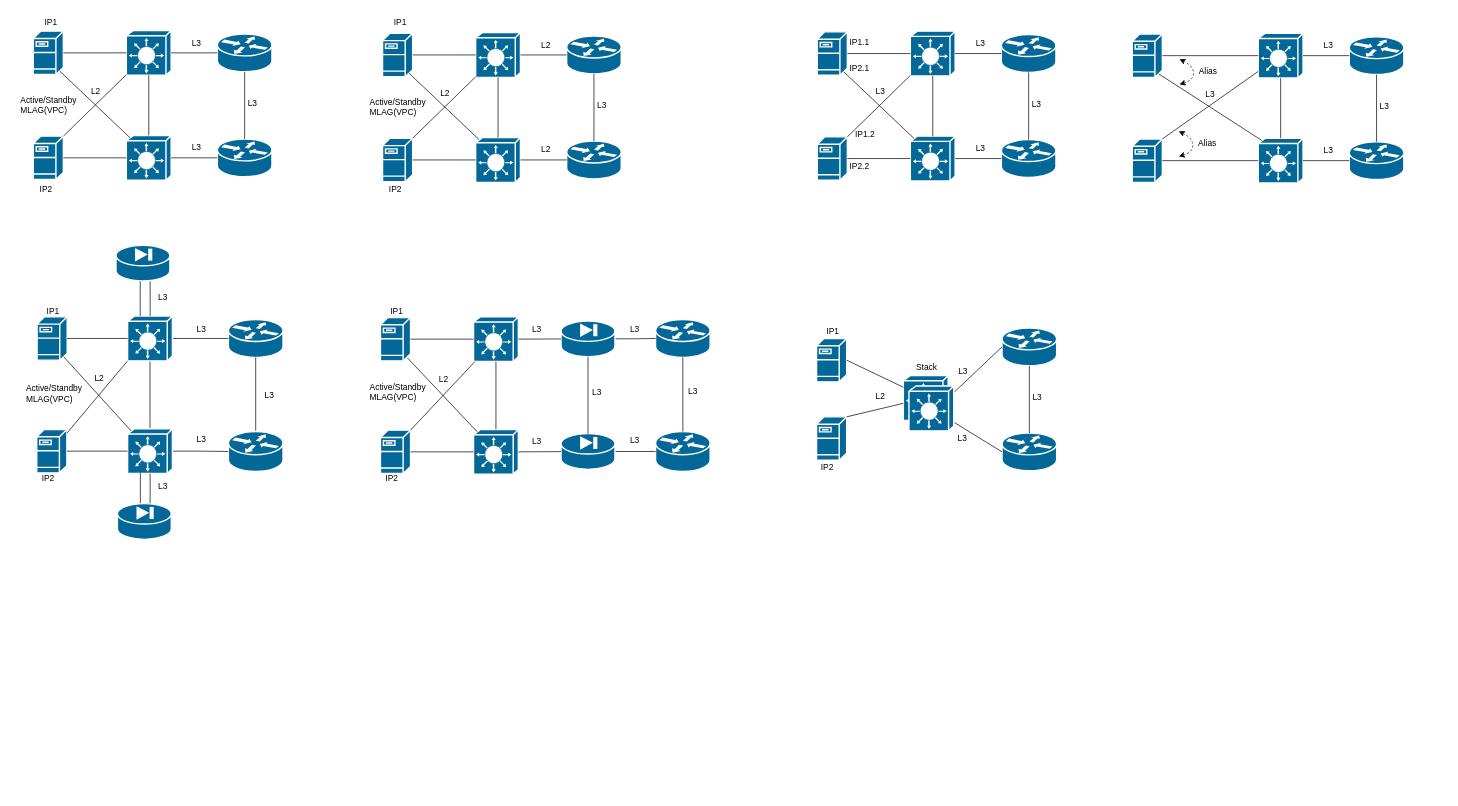
Above: page "L2" (1 of 2) of Diagram/small_nets.drawio in thleontev/Networks (draw.io), before the change. Source tidied: cells renumbered, new cells numbered last; positions are measured from the earlier drawing's top-left corner, leaving out a move shared by most shapes. Both pictures are drawn from the tidied source at 70%, with x=0, y=0 at pixel (19, 12).
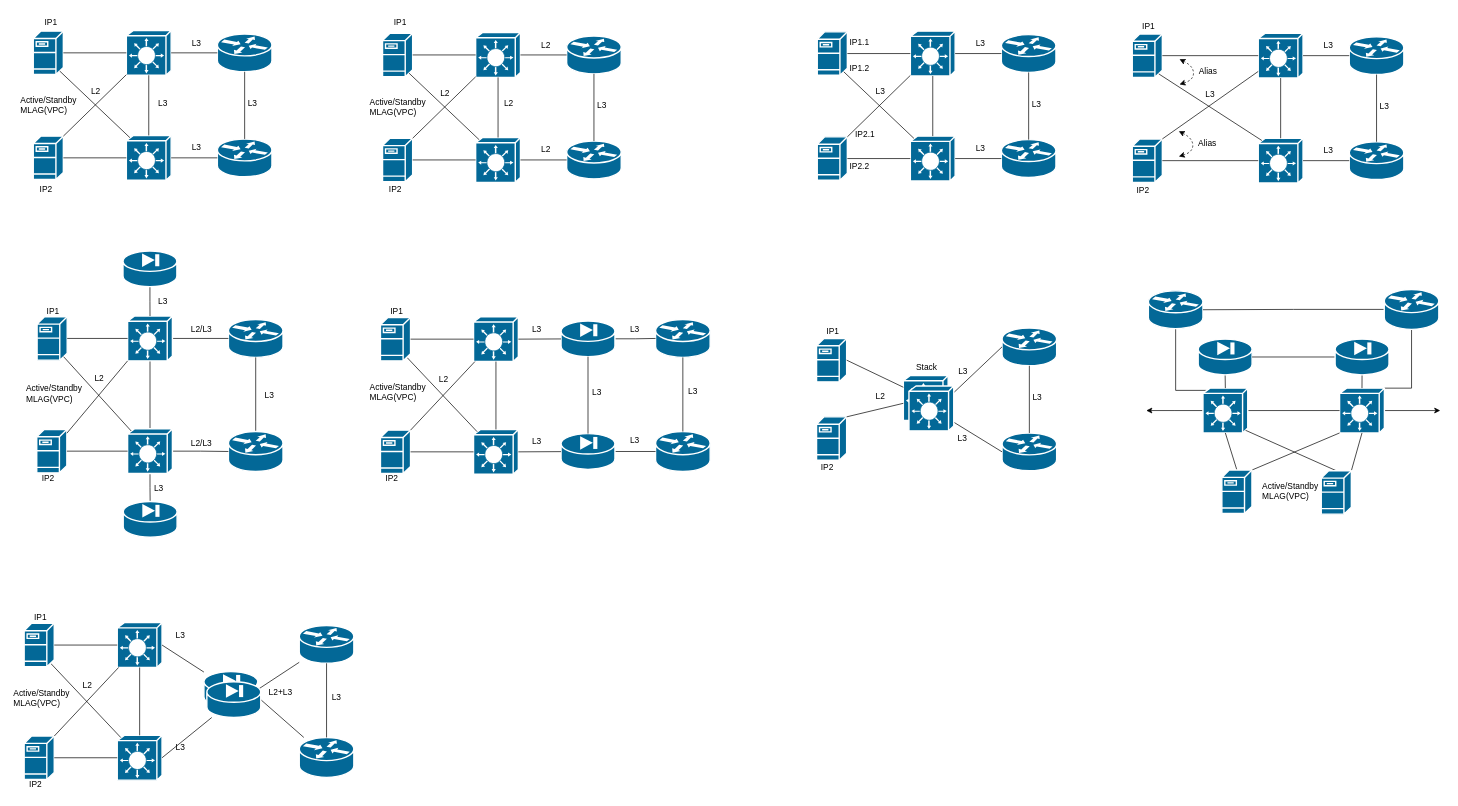
Above is the later version.

Unchanged cells that the change refers to:
```xml
<mxCell id="50" style="shape=mxgraph.cisco.switches.layer_3_switch;sketch=0;html=1;dashed=0;fillColor=#036897;strokeColor=#ffffff;strokeWidth=2;verticalLabelPosition=bottom;verticalAlign=top;align=center;outlineConnect=0;" parent="1" vertex="1">
  <mxGeometry x="154.8" y="434" width="64" height="64" as="geometry" />
</mxCell>
<mxCell id="52" style="shape=mxgraph.cisco.switches.layer_3_switch;sketch=0;html=1;dashed=0;fillColor=#036897;strokeColor=#ffffff;strokeWidth=2;verticalLabelPosition=bottom;verticalAlign=top;align=center;outlineConnect=0;" parent="1" vertex="1">
  <mxGeometry x="154.8" y="595" width="64" height="64" as="geometry" />
</mxCell>
```

The edit, as a diff of the source:
```diff
@@
+    <mxCell id="164" style="edgeStyle=orthogonalEdgeStyle;rounded=0;jettySize=auto;html=1;exitX=0.5;exitY=1;exitDx=0;exitDy=0;exitPerimeter=0;entryX=0.5;entryY=0;entryDx=0;entryDy=0;entryPerimeter=0;endArrow=none;endFill=0;" parent="1" edge="1" source="52" target="70">
+      <mxGeometry relative="1" as="geometry" />
+    </mxCell>
@@
-    <mxCell id="55" style="edgeStyle=orthogonalEdgeStyle;rounded=0;jettySize=auto;html=1;exitX=0.5;exitY=0;exitDx=0;exitDy=0;exitPerimeter=0;endArrow=none;endFill=0;" parent="1" edge="1" source="70" target="52">
-      <mxGeometry relative="1" as="geometry">
-        <Array as="points">
-          <mxPoint x="187" y="702" />
-        </Array>
-      </mxGeometry>
-    </mxCell>
-    <mxCell id="56" style="edgeStyle=orthogonalEdgeStyle;rounded=0;jettySize=auto;html=1;endArrow=none;endFill=0;" parent="1" edge="1" source="57" target="50">
-      <mxGeometry relative="1" as="geometry">
-        <Array as="points">
-          <mxPoint x="187" y="400" />
-          <mxPoint x="187" y="400" />
-        </Array>
-      </mxGeometry>
+    <mxCell id="56" style="edgeStyle=orthogonalEdgeStyle;rounded=0;jettySize=auto;html=1;exitX=0.5;exitY=1;exitDx=0;exitDy=0;exitPerimeter=0;entryX=0.5;entryY=0;entryDx=0;entryDy=0;entryPerimeter=0;endArrow=none;endFill=0;" parent="1" edge="1" source="57" target="50">
+      <mxGeometry relative="1" as="geometry" />
     </mxCell>
     <mxCell id="57" style="shape=mxgraph.cisco.security.pix_firewall;sketch=0;html=1;dashed=0;fillColor=#036897;strokeColor=#ffffff;strokeWidth=2;verticalLabelPosition=bottom;verticalAlign=top;align=center;outlineConnect=0;" parent="1" vertex="1">
-      <mxGeometry x="138.2" y="333" width="77" height="51" as="geometry" />
+      <mxGeometry x="148.2" y="341" width="77" height="51" as="geometry" />
     </mxCell>
@@
-    <mxCell id="63" value="L3" style="text;html=1;align=center;verticalAlign=middle;strokeColor=none;fillColor=none;" parent="1" vertex="1">
-      <mxGeometry x="240" y="439" width="40" height="30" as="geometry" />
+    <mxCell id="63" value="L2/L3" style="text;html=1;align=center;verticalAlign=middle;strokeColor=none;fillColor=none;" parent="1" vertex="1">
+      <mxGeometry x="235" y="439" width="50" height="30" as="geometry" />
     </mxCell>
-    <mxCell id="64" value="L3" style="text;html=1;align=center;verticalAlign=middle;strokeColor=none;fillColor=none;" parent="1" vertex="1">
-      <mxGeometry x="240" y="596" width="40" height="30" as="geometry" />
-    </mxCell>
@@
     <mxCell id="66" value="L3" style="text;html=1;align=center;verticalAlign=middle;strokeColor=none;fillColor=none;" parent="1" vertex="1">
-      <mxGeometry x="185.2" y="392" width="40" height="30" as="geometry" />
+      <mxGeometry x="185.2" y="398" width="40" height="30" as="geometry" />
     </mxCell>
-    <mxCell id="67" value="L3" style="text;html=1;align=center;verticalAlign=middle;strokeColor=none;fillColor=none;" parent="1" vertex="1">
-      <mxGeometry x="185.2" y="663" width="40" height="30" as="geometry" />
-    </mxCell>
-    <mxCell id="68" style="endArrow=none;html=1;rounded=0;" parent="1" edge="1">
-      <mxGeometry relative="1" as="geometry">
-        <mxPoint x="172.8" y="434" as="sourcePoint" />
-        <mxPoint x="172.8" y="384" as="targetPoint" />
-      </mxGeometry>
-    </mxCell>
-    <mxCell id="69" style="endArrow=none;html=1;rounded=0;" parent="1" edge="1">
-      <mxGeometry relative="1" as="geometry">
-        <mxPoint x="173" y="708" as="sourcePoint" />
-        <mxPoint x="173" y="658" as="targetPoint" />
-      </mxGeometry>
-    </mxCell>
     <mxCell id="70" style="shape=mxgraph.cisco.security.pix_firewall;sketch=0;html=1;dashed=0;fillColor=#036897;strokeColor=#ffffff;strokeWidth=2;verticalLabelPosition=bottom;verticalAlign=top;align=center;outlineConnect=0;" parent="1" vertex="1">
-      <mxGeometry x="140.2" y="702" width="77" height="51" as="geometry" />
+      <mxGeometry x="148.5" y="699" width="77" height="51" as="geometry" />
     </mxCell>
@@
-    <mxCell id="112" value="IP1.2" style="text;html=1;align=center;verticalAlign=middle;strokeColor=none;fillColor=none;" parent="1" vertex="1">
+    <mxCell id="112" value="IP2.1" style="text;html=1;align=center;verticalAlign=middle;strokeColor=none;fillColor=none;" parent="1" vertex="1">
       <mxGeometry x="1183" y="160" width="50" height="30" as="geometry" />
     </mxCell>
-    <mxCell id="113" value="IP2.1" style="text;html=1;align=center;verticalAlign=middle;strokeColor=none;fillColor=none;" parent="1" vertex="1">
+    <mxCell id="113" value="IP1.2" style="text;html=1;align=center;verticalAlign=middle;strokeColor=none;fillColor=none;" parent="1" vertex="1">
       <mxGeometry x="1175" y="66" width="50" height="30" as="geometry" />
     </mxCell>
@@
+    <mxCell id="165" value="IP1" style="text;html=1;align=center;verticalAlign=middle;strokeColor=none;fillColor=none;" parent="1" vertex="1">
+      <mxGeometry x="1593" y="6" width="40" height="30" as="geometry" />
+    </mxCell>
+    <mxCell id="166" value="IP2" style="text;html=1;align=center;verticalAlign=middle;strokeColor=none;fillColor=none;" parent="1" vertex="1">
+      <mxGeometry x="1585" y="239" width="40" height="30" as="geometry" />
+    </mxCell>
+    <mxCell id="167" value="L2/L3" style="text;html=1;align=center;verticalAlign=middle;strokeColor=none;fillColor=none;" parent="1" vertex="1">
+      <mxGeometry x="235" y="601" width="50" height="30" as="geometry" />
+    </mxCell>
+    <mxCell id="168" value="L3" style="text;html=1;align=center;verticalAlign=middle;strokeColor=none;fillColor=none;" parent="1" vertex="1">
+      <mxGeometry x="185.2" y="116" width="40" height="30" as="geometry" />
+    </mxCell>
+    <mxCell id="169" value="L2" style="text;html=1;align=center;verticalAlign=middle;strokeColor=none;fillColor=none;" parent="1" vertex="1">
+      <mxGeometry x="679" y="116" width="40" height="30" as="geometry" />
+    </mxCell>
+    <mxCell id="170" style="edgeStyle=orthogonalEdgeStyle;rounded=0;jettySize=auto;html=1;exitX=0.5;exitY=1;exitDx=0;exitDy=0;exitPerimeter=0;entryX=0.08;entryY=0.05;entryDx=0;entryDy=0;entryPerimeter=0;endArrow=none;endFill=0;" parent="1" edge="1" source="171" target="179">
+      <mxGeometry relative="1" as="geometry">
+        <Array as="points">
+          <mxPoint x="1652" y="540" />
+        </Array>
+      </mxGeometry>
+    </mxCell>
+    <mxCell id="171" style="shape=mxgraph.cisco.routers.router;sketch=0;html=1;dashed=0;fillColor=#036897;strokeColor=#ffffff;strokeWidth=2;verticalLabelPosition=bottom;verticalAlign=top;align=center;outlineConnect=0;" parent="1" vertex="1">
+      <mxGeometry x="1613" y="398" width="78" height="54" as="geometry" />
+    </mxCell>
+    <mxCell id="172" style="edgeStyle=orthogonalEdgeStyle;rounded=0;jettySize=auto;html=1;exitX=0.5;exitY=1;exitDx=0;exitDy=0;exitPerimeter=0;entryX=1;entryY=0;entryDx=0;entryDy=0;entryPerimeter=0;endArrow=none;endFill=0;" parent="1" edge="1" source="174" target="176">
+      <mxGeometry relative="1" as="geometry">
+        <Array as="points">
+          <mxPoint x="1989" y="537" />
+        </Array>
+      </mxGeometry>
+    </mxCell>
+    <mxCell id="173" style="edgeStyle=orthogonalEdgeStyle;rounded=0;jettySize=auto;html=1;exitX=0;exitY=0.5;exitDx=0;exitDy=0;exitPerimeter=0;entryX=1;entryY=0.5;entryDx=0;entryDy=0;entryPerimeter=0;endArrow=none;endFill=0;" parent="1" edge="1" source="174" target="171">
+      <mxGeometry relative="1" as="geometry" />
+    </mxCell>
+    <mxCell id="174" style="shape=mxgraph.cisco.routers.router;sketch=0;html=1;dashed=0;fillColor=#036897;strokeColor=#ffffff;strokeWidth=2;verticalLabelPosition=bottom;verticalAlign=top;align=center;outlineConnect=0;" parent="1" vertex="1">
+      <mxGeometry x="1950" y="396" width="78" height="57" as="geometry" />
+    </mxCell>
+    <mxCell id="175" style="edgeStyle=orthogonalEdgeStyle;rounded=0;orthogonalLoop=1;jettySize=auto;html=1;exitX=1;exitY=0.5;exitDx=0;exitDy=0;exitPerimeter=0;" parent="1" edge="1">
+      <mxGeometry relative="1" as="geometry">
+        <mxPoint x="1940.2" y="569" as="sourcePoint" />
+        <mxPoint x="2030" y="569" as="targetPoint" />
+      </mxGeometry>
+    </mxCell>
+    <mxCell id="176" style="shape=mxgraph.cisco.switches.layer_3_switch;sketch=0;html=1;dashed=0;fillColor=#036897;strokeColor=#ffffff;strokeWidth=2;verticalLabelPosition=bottom;verticalAlign=top;align=center;outlineConnect=0;" parent="1" vertex="1">
+      <mxGeometry x="1886.2" y="537" width="64" height="64" as="geometry" />
+    </mxCell>
+    <mxCell id="177" style="edgeStyle=orthogonalEdgeStyle;rounded=0;jettySize=auto;html=1;exitX=1;exitY=0.5;exitDx=0;exitDy=0;exitPerimeter=0;entryX=0;entryY=0.5;entryDx=0;entryDy=0;entryPerimeter=0;endArrow=none;endFill=0;" parent="1" edge="1" source="179" target="176">
+      <mxGeometry relative="1" as="geometry" />
+    </mxCell>
+    <mxCell id="178" style="edgeStyle=orthogonalEdgeStyle;rounded=0;jettySize=auto;html=1;exitX=0;exitY=0.5;exitDx=0;exitDy=0;exitPerimeter=0;" parent="1" edge="1" source="179">
+      <mxGeometry relative="1" as="geometry">
+        <mxPoint x="1610" y="569" as="targetPoint" />
+      </mxGeometry>
+    </mxCell>
+    <mxCell id="179" style="shape=mxgraph.cisco.switches.layer_3_switch;sketch=0;html=1;dashed=0;fillColor=#036897;strokeColor=#ffffff;strokeWidth=2;verticalLabelPosition=bottom;verticalAlign=top;align=center;outlineConnect=0;" parent="1" vertex="1">
+      <mxGeometry x="1691" y="537" width="64" height="64" as="geometry" />
+    </mxCell>
+    <mxCell id="180" style="rounded=0;jettySize=auto;html=1;exitX=0.5;exitY=0;exitDx=0;exitDy=0;exitPerimeter=0;entryX=0.5;entryY=1;entryDx=0;entryDy=0;entryPerimeter=0;endArrow=none;endFill=0;" parent="1" edge="1" source="182" target="179">
+      <mxGeometry relative="1" as="geometry" />
+    </mxCell>
+    <mxCell id="181" style="rounded=0;jettySize=auto;html=1;exitX=1;exitY=0;exitDx=0;exitDy=0;exitPerimeter=0;entryX=0;entryY=1;entryDx=0;entryDy=0;entryPerimeter=0;endArrow=none;endFill=0;" parent="1" edge="1" source="182" target="176">
+      <mxGeometry relative="1" as="geometry" />
+    </mxCell>
+    <mxCell id="182" style="shape=mxgraph.cisco.servers.fileserver;sketch=0;html=1;dashed=0;fillColor=#036897;strokeColor=#ffffff;strokeWidth=2;verticalLabelPosition=bottom;verticalAlign=top;align=center;outlineConnect=0;" parent="1" vertex="1">
+      <mxGeometry x="1718" y="654" width="43" height="62" as="geometry" />
+    </mxCell>
+    <mxCell id="183" style="rounded=0;jettySize=auto;html=1;exitX=0.5;exitY=0;exitDx=0;exitDy=0;exitPerimeter=0;entryX=0.95;entryY=0.94;entryDx=0;entryDy=0;entryPerimeter=0;endArrow=none;endFill=0;" parent="1" edge="1" source="185" target="179">
+      <mxGeometry relative="1" as="geometry" />
+    </mxCell>
+    <mxCell id="184" style="rounded=0;jettySize=auto;html=1;exitX=1;exitY=0;exitDx=0;exitDy=0;exitPerimeter=0;entryX=0.5;entryY=1;entryDx=0;entryDy=0;entryPerimeter=0;endArrow=none;endFill=0;" parent="1" edge="1" source="185" target="176">
+      <mxGeometry relative="1" as="geometry" />
+    </mxCell>
+    <mxCell id="185" style="shape=mxgraph.cisco.servers.fileserver;sketch=0;html=1;dashed=0;fillColor=#036897;strokeColor=#ffffff;strokeWidth=2;verticalLabelPosition=bottom;verticalAlign=top;align=center;outlineConnect=0;" parent="1" vertex="1">
+      <mxGeometry x="1860" y="655" width="43" height="62" as="geometry" />
+    </mxCell>
+    <mxCell id="186" style="edgeStyle=orthogonalEdgeStyle;rounded=0;jettySize=auto;html=1;exitX=0.5;exitY=1;exitDx=0;exitDy=0;exitPerimeter=0;entryX=0.5;entryY=0;entryDx=0;entryDy=0;entryPerimeter=0;endArrow=none;endFill=0;" parent="1" edge="1" source="187" target="179">
+      <mxGeometry relative="1" as="geometry" />
+    </mxCell>
+    <mxCell id="187" style="shape=mxgraph.cisco.security.pix_firewall;sketch=0;html=1;dashed=0;fillColor=#036897;strokeColor=#ffffff;strokeWidth=2;verticalLabelPosition=bottom;verticalAlign=top;align=center;outlineConnect=0;" parent="1" vertex="1">
+      <mxGeometry x="1684.2" y="467" width="77" height="51" as="geometry" />
+    </mxCell>
+    <mxCell id="188" style="edgeStyle=orthogonalEdgeStyle;rounded=0;jettySize=auto;html=1;exitX=0.5;exitY=1;exitDx=0;exitDy=0;exitPerimeter=0;entryX=0.5;entryY=0;entryDx=0;entryDy=0;entryPerimeter=0;endArrow=none;endFill=0;" parent="1" edge="1" source="190" target="176">
+      <mxGeometry relative="1" as="geometry" />
+    </mxCell>
+    <mxCell id="189" style="edgeStyle=orthogonalEdgeStyle;rounded=0;jettySize=auto;html=1;exitX=0;exitY=0.5;exitDx=0;exitDy=0;exitPerimeter=0;entryX=1;entryY=0.5;entryDx=0;entryDy=0;entryPerimeter=0;endArrow=none;endFill=0;" parent="1" edge="1" source="190" target="187">
+      <mxGeometry relative="1" as="geometry" />
+    </mxCell>
+    <mxCell id="190" style="shape=mxgraph.cisco.security.pix_firewall;sketch=0;html=1;dashed=0;fillColor=#036897;strokeColor=#ffffff;strokeWidth=2;verticalLabelPosition=bottom;verticalAlign=top;align=center;outlineConnect=0;" parent="1" vertex="1">
+      <mxGeometry x="1879.8" y="467" width="77" height="51" as="geometry" />
+    </mxCell>
+    <mxCell id="191" value="&lt;div&gt;Active/Standby&lt;/div&gt;&lt;div&gt;MLAG(VPC)&lt;br&gt;&lt;/div&gt;" style="text;html=1;strokeColor=none;fillColor=none;align=left;verticalAlign=middle;whiteSpace=wrap;rounded=0;" parent="1" vertex="1">
+      <mxGeometry x="1774.2" y="669" width="60" height="30" as="geometry" />
+    </mxCell>
+    <mxCell id="192" value="L3" style="text;html=1;align=center;verticalAlign=middle;strokeColor=none;fillColor=none;" parent="1" vertex="1">
+      <mxGeometry x="178.8" y="665" width="40" height="30" as="geometry" />
+    </mxCell>
+    <mxCell id="193" style="shape=mxgraph.cisco.routers.router;sketch=0;html=1;dashed=0;fillColor=#036897;strokeColor=#ffffff;strokeWidth=2;verticalLabelPosition=bottom;verticalAlign=top;align=center;outlineConnect=0;" parent="1" vertex="1">
+      <mxGeometry x="400" y="876" width="78" height="54" as="geometry" />
+    </mxCell>
+    <mxCell id="194" style="shape=mxgraph.cisco.routers.router;sketch=0;html=1;dashed=0;fillColor=#036897;strokeColor=#ffffff;strokeWidth=2;verticalLabelPosition=bottom;verticalAlign=top;align=center;outlineConnect=0;" parent="1" vertex="1">
+      <mxGeometry x="400" y="1036" width="78" height="57" as="geometry" />
+    </mxCell>
+    <mxCell id="195" style="endArrow=none;html=1;rounded=0;exitX=0.5;exitY=0;exitDx=0;exitDy=0;exitPerimeter=0;" parent="1" edge="1" source="194" target="193">
+      <mxGeometry relative="1" as="geometry" />
+    </mxCell>
+    <mxCell id="196" style="shape=mxgraph.cisco.switches.layer_3_switch;sketch=0;html=1;dashed=0;fillColor=#036897;strokeColor=#ffffff;strokeWidth=2;verticalLabelPosition=bottom;verticalAlign=top;align=center;outlineConnect=0;" parent="1" vertex="1">
+      <mxGeometry x="140" y="872" width="64" height="64" as="geometry" />
+    </mxCell>
+    <mxCell id="197" style="shape=mxgraph.cisco.switches.layer_3_switch;sketch=0;html=1;dashed=0;fillColor=#036897;strokeColor=#ffffff;strokeWidth=2;verticalLabelPosition=bottom;verticalAlign=top;align=center;outlineConnect=0;" parent="1" vertex="1">
+      <mxGeometry x="140" y="1033" width="64" height="64" as="geometry" />
+    </mxCell>
+    <mxCell id="198" style="endArrow=none;html=1;rounded=0;entryX=0.5;entryY=1;entryDx=0;entryDy=0;entryPerimeter=0;" parent="1" edge="1" source="197" target="196">
+      <mxGeometry relative="1" as="geometry" />
+    </mxCell>
+    <mxCell id="199" style="rounded=0;jettySize=auto;html=1;exitX=0.88;exitY=0.92;exitDx=0;exitDy=0;exitPerimeter=0;entryX=0.08;entryY=0.05;entryDx=0;entryDy=0;entryPerimeter=0;endArrow=none;endFill=0;" parent="1" edge="1" source="200" target="197">
+      <mxGeometry relative="1" as="geometry" />
+    </mxCell>
+    <mxCell id="200" style="shape=mxgraph.cisco.servers.fileserver;sketch=0;html=1;dashed=0;fillColor=#036897;strokeColor=#ffffff;strokeWidth=2;verticalLabelPosition=bottom;verticalAlign=top;align=center;outlineConnect=0;" parent="1" vertex="1">
+      <mxGeometry x="7" y="873" width="43" height="62" as="geometry" />
+    </mxCell>
+    <mxCell id="201" style="shape=mxgraph.cisco.servers.fileserver;sketch=0;html=1;dashed=0;fillColor=#036897;strokeColor=#ffffff;strokeWidth=2;verticalLabelPosition=bottom;verticalAlign=top;align=center;outlineConnect=0;" parent="1" vertex="1">
+      <mxGeometry x="7" y="1034" width="43" height="62" as="geometry" />
+    </mxCell>
+    <mxCell id="202" style="endArrow=none;html=1;rounded=0;entryX=1;entryY=0.5;entryDx=0;entryDy=0;entryPerimeter=0;" parent="1" edge="1" source="196" target="200">
+      <mxGeometry relative="1" as="geometry" />
+    </mxCell>
+    <mxCell id="203" style="endArrow=none;html=1;rounded=0;entryX=1;entryY=0.5;entryDx=0;entryDy=0;entryPerimeter=0;" parent="1" edge="1" source="197" target="201">
+      <mxGeometry relative="1" as="geometry" />
+    </mxCell>
+    <mxCell id="204" style="endArrow=none;html=1;rounded=0;exitX=1;exitY=0;exitDx=0;exitDy=0;exitPerimeter=0;" parent="1" edge="1" source="201" target="196">
+      <mxGeometry relative="1" as="geometry" />
+    </mxCell>
+    <mxCell id="205" style="rounded=0;jettySize=auto;html=1;exitX=1;exitY=0.5;exitDx=0;exitDy=0;exitPerimeter=0;endArrow=none;endFill=0;" parent="1" edge="1" source="218" target="194">
+      <mxGeometry relative="1" as="geometry" />
+    </mxCell>
+    <mxCell id="206" style="rounded=0;jettySize=auto;html=1;exitX=1;exitY=0.5;exitDx=0;exitDy=0;exitPerimeter=0;endArrow=none;endFill=0;" parent="1" edge="1" source="207" target="193">
+      <mxGeometry relative="1" as="geometry" />
+    </mxCell>
+    <mxCell id="207" style="shape=mxgraph.cisco.security.pix_firewall;sketch=0;html=1;dashed=0;fillColor=#036897;strokeColor=#ffffff;strokeWidth=2;verticalLabelPosition=bottom;verticalAlign=top;align=center;outlineConnect=0;" parent="1" vertex="1">
+      <mxGeometry x="263.8" y="942" width="77" height="51" as="geometry" />
+    </mxCell>
+    <mxCell id="208" style="endArrow=none;html=1;rounded=0;entryX=1;entryY=0.5;entryDx=0;entryDy=0;entryPerimeter=0;" parent="1" edge="1" source="207" target="196">
+      <mxGeometry relative="1" as="geometry" />
+    </mxCell>
+    <mxCell id="209" style="endArrow=none;html=1;rounded=0;exitX=1;exitY=0.5;exitDx=0;exitDy=0;exitPerimeter=0;" parent="1" edge="1" source="197" target="218">
+      <mxGeometry relative="1" as="geometry" />
+    </mxCell>
+    <mxCell id="210" value="L3" style="text;html=1;align=center;verticalAlign=middle;strokeColor=none;fillColor=none;" parent="1" vertex="1">
+      <mxGeometry x="433" y="964" width="40" height="30" as="geometry" />
+    </mxCell>
+    <mxCell id="211" value="L2+L3" style="text;html=1;align=center;verticalAlign=middle;strokeColor=none;fillColor=none;" parent="1" vertex="1">
+      <mxGeometry x="343" y="956.5" width="60" height="30" as="geometry" />
+    </mxCell>
+    <mxCell id="212" value="L3" style="text;html=1;align=center;verticalAlign=middle;strokeColor=none;fillColor=none;" parent="1" vertex="1">
+      <mxGeometry x="210" y="876" width="40" height="30" as="geometry" />
+    </mxCell>
+    <mxCell id="213" value="L3" style="text;html=1;align=center;verticalAlign=middle;strokeColor=none;fillColor=none;" parent="1" vertex="1">
+      <mxGeometry x="210" y="1036" width="40" height="30" as="geometry" />
+    </mxCell>
+    <mxCell id="214" value="L2" style="text;html=1;align=center;verticalAlign=middle;strokeColor=none;fillColor=none;" parent="1" vertex="1">
+      <mxGeometry x="77" y="947" width="40" height="30" as="geometry" />
+    </mxCell>
+    <mxCell id="215" value="&lt;div&gt;Active/Standby&lt;/div&gt;&lt;div&gt;MLAG(VPC)&lt;br&gt;&lt;/div&gt;" style="text;html=1;strokeColor=none;fillColor=none;align=left;verticalAlign=middle;whiteSpace=wrap;rounded=0;" parent="1" vertex="1">
+      <mxGeometry x="-10" y="965" width="60" height="30" as="geometry" />
+    </mxCell>
+    <mxCell id="216" value="IP1" style="text;html=1;align=center;verticalAlign=middle;strokeColor=none;fillColor=none;" parent="1" vertex="1">
+      <mxGeometry x="10" y="850" width="40" height="30" as="geometry" />
+    </mxCell>
+    <mxCell id="217" value="IP2" style="text;html=1;align=center;verticalAlign=middle;strokeColor=none;fillColor=none;" parent="1" vertex="1">
+      <mxGeometry x="3" y="1088" width="40" height="30" as="geometry" />
+    </mxCell>
+    <mxCell id="218" style="shape=mxgraph.cisco.security.pix_firewall;sketch=0;html=1;dashed=0;fillColor=#036897;strokeColor=#ffffff;strokeWidth=2;verticalLabelPosition=bottom;verticalAlign=top;align=center;outlineConnect=0;" parent="1" vertex="1">
+      <mxGeometry x="268" y="956.5" width="77" height="51" as="geometry" />
+    </mxCell>
```
